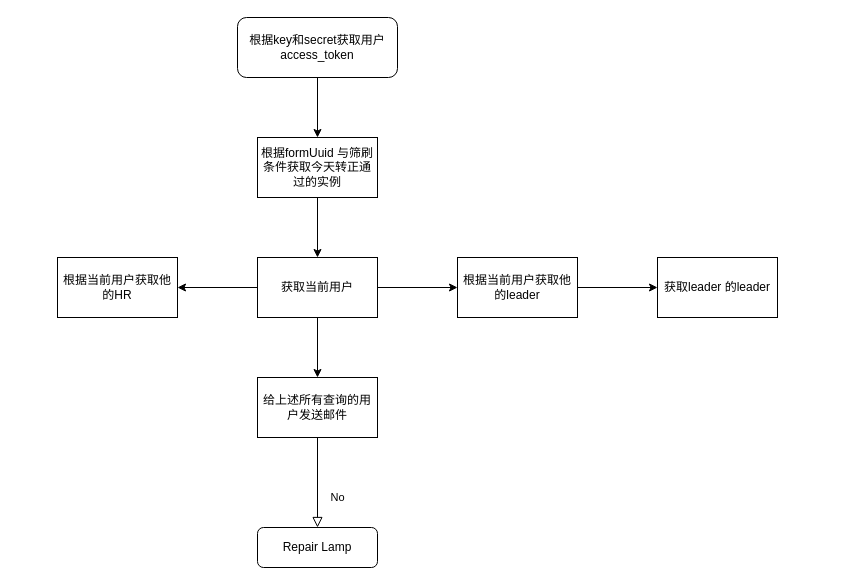
Earlier version of the draw.io diagram 员工转正流程图.drawio (KevinBrother/draw). Source tidied: cells renumbered, new cells numbered last; positions are measured from the earlier drawing's top-left corner, leaving out a move shared by most shapes. Both pictures are drawn from the tidied source at 100%, with x=0, y=0 at pixel (57, 17).
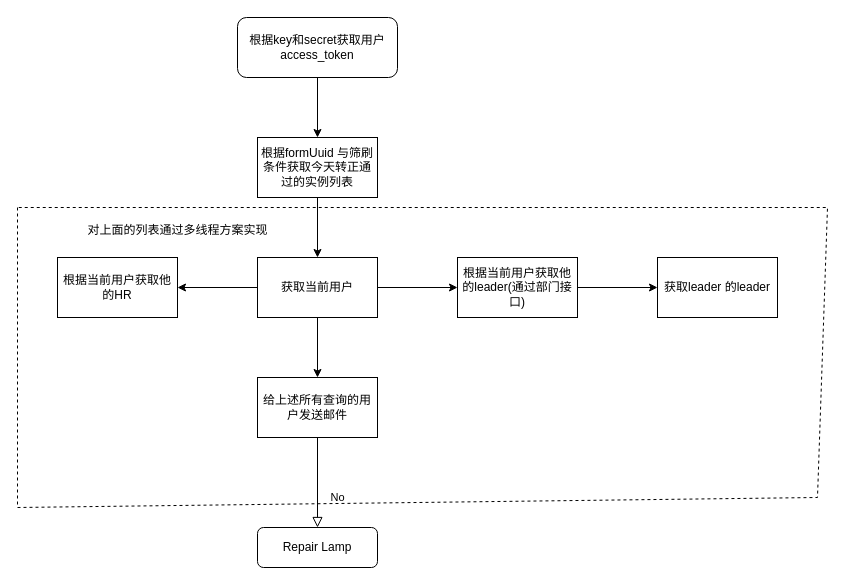
Above is the later version.

Commit message (it also covers changes not shown here):
更新员工转正流程图.drawio

What changed in the source:
```diff
@@
-    <mxCell id="7" value="根据formUuid 与筛刷条件获取今天转正通过的实例" style="rounded=0;whiteSpace=wrap;html=1;" parent="1" vertex="1">
+    <mxCell id="7" value="根据formUuid 与筛刷条件获取今天转正通过的实例列表" style="rounded=0;whiteSpace=wrap;html=1;" parent="1" vertex="1">
       <mxGeometry x="200" y="120" width="120" height="60" as="geometry" />
     </mxCell>
@@
-    <mxCell id="13" value="根据当前用户获取他的leader" style="whiteSpace=wrap;html=1;rounded=0;" parent="1" vertex="1">
+    <mxCell id="13" value="根据当前用户获取他的leader(通过部门接口)" style="whiteSpace=wrap;html=1;rounded=0;" parent="1" vertex="1">
       <mxGeometry x="400" y="240" width="120" height="60" as="geometry" />
     </mxCell>
@@
+    <mxCell id="17" style="endArrow=none;dashed=1;html=1;rounded=0;" parent="1" edge="1">
+      <mxGeometry relative="1" as="geometry">
+        <mxPoint x="-40" y="190" as="sourcePoint" />
+        <mxPoint x="-40" y="190" as="targetPoint" />
+        <Array as="points">
+          <mxPoint x="-40" y="490" />
+          <mxPoint x="760" y="480" />
+          <mxPoint x="770" y="190" />
+        </Array>
+      </mxGeometry>
+    </mxCell>
+    <mxCell id="18" value="对上面的列表通过多线程方案实现" style="text;html=1;align=center;verticalAlign=middle;strokeColor=none;fillColor=none;" parent="1" vertex="1">
+      <mxGeometry x="20" y="198" width="200" height="30" as="geometry" />
+    </mxCell>
```
